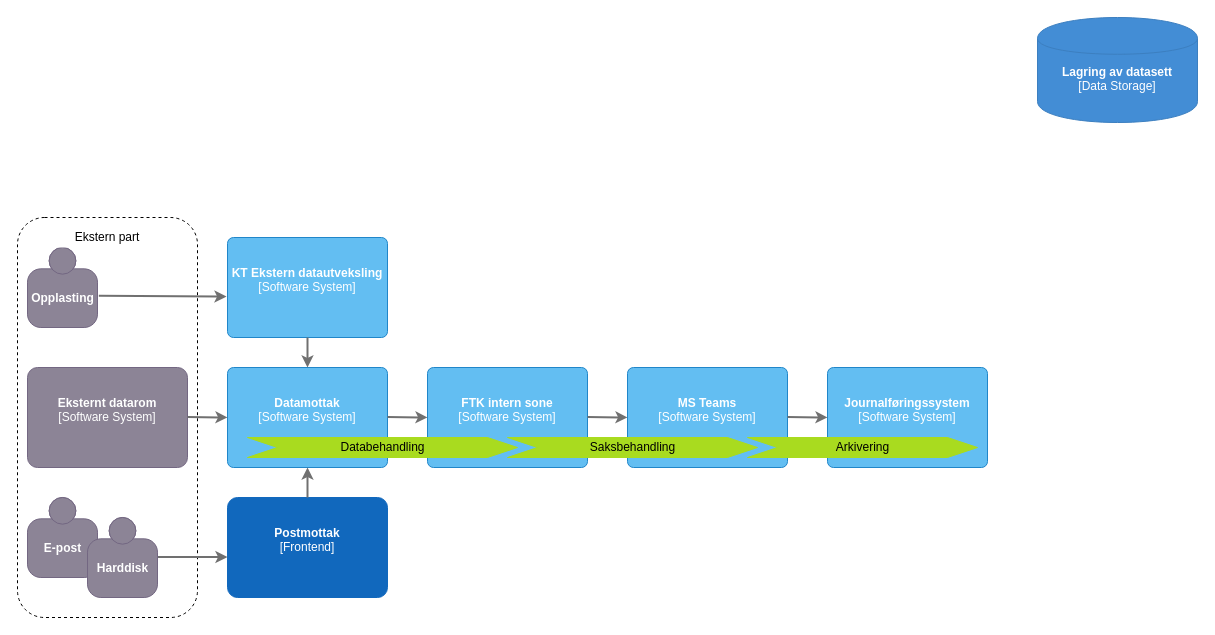
Before: page "Dataflyt fusjonssaker" (2 of 16) of .drawio in mortenee/draw.io, a draw.io diagram. Source tidied: cells renumbered, new cells numbered last; positions are measured from the earlier drawing's top-left corner, leaving out a move shared by most shapes. Both pictures are drawn from the tidied source at 100%, with x=0, y=0 at pixel (17, 17).
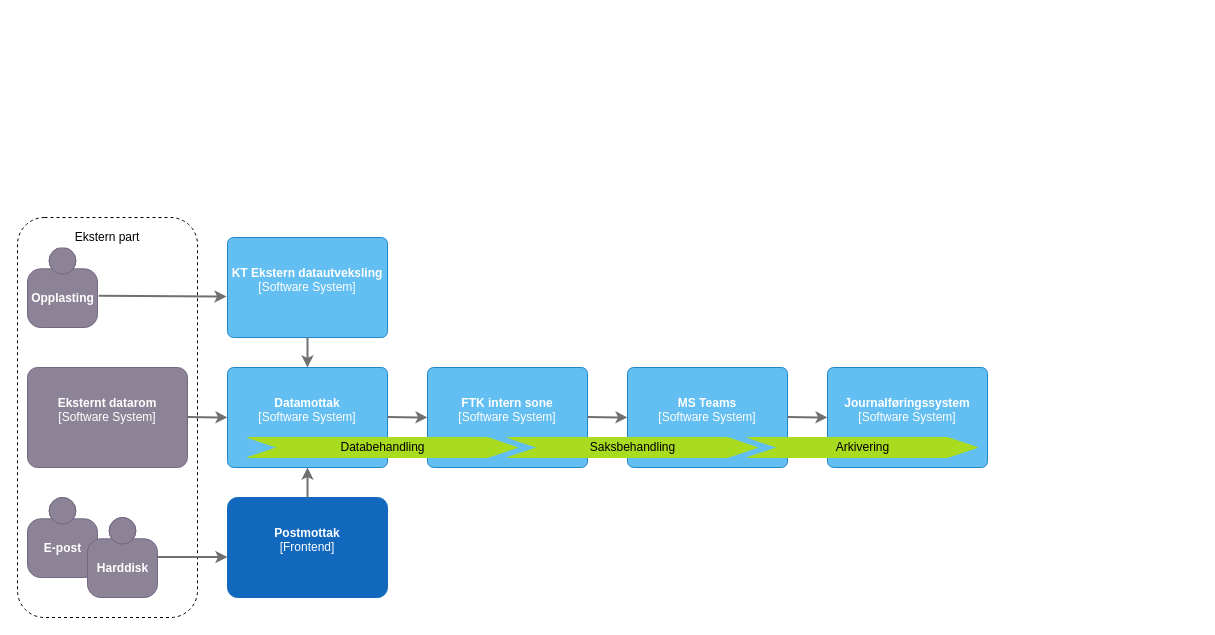
The same page after the edit.

Diff of the diagram source:
```diff
@@
-    <object id="24" label="&lt;b style=&quot;font-size: 12px;&quot;&gt;%c4Name%&lt;/b&gt;&lt;div style=&quot;font-size: 12px;&quot;&gt;[%c4Type%]&lt;/div&gt;&lt;br style=&quot;font-size: 12px;&quot;&gt;&lt;div style=&quot;font-size: 12px;&quot;&gt;%c4Description%&lt;/div&gt;" c4Description="" c4Name="Lagring av datasett" c4Type="Data Storage" placeholders="1">
-      <mxCell style="shape=cylinder;whiteSpace=wrap;html=1;boundedLbl=1;rounded=0;labelBackgroundColor=none;fillColor=#438DD5;fontSize=12;fontColor=#ffffff;align=center;strokeColor=#3C7FC0;metaData={&quot;c4Type&quot;:{&quot;editable&quot;:false}};" parent="1" vertex="1">
-        <mxGeometry x="1020" width="160" height="105" as="geometry" />
-      </mxCell>
-    </object>
```
